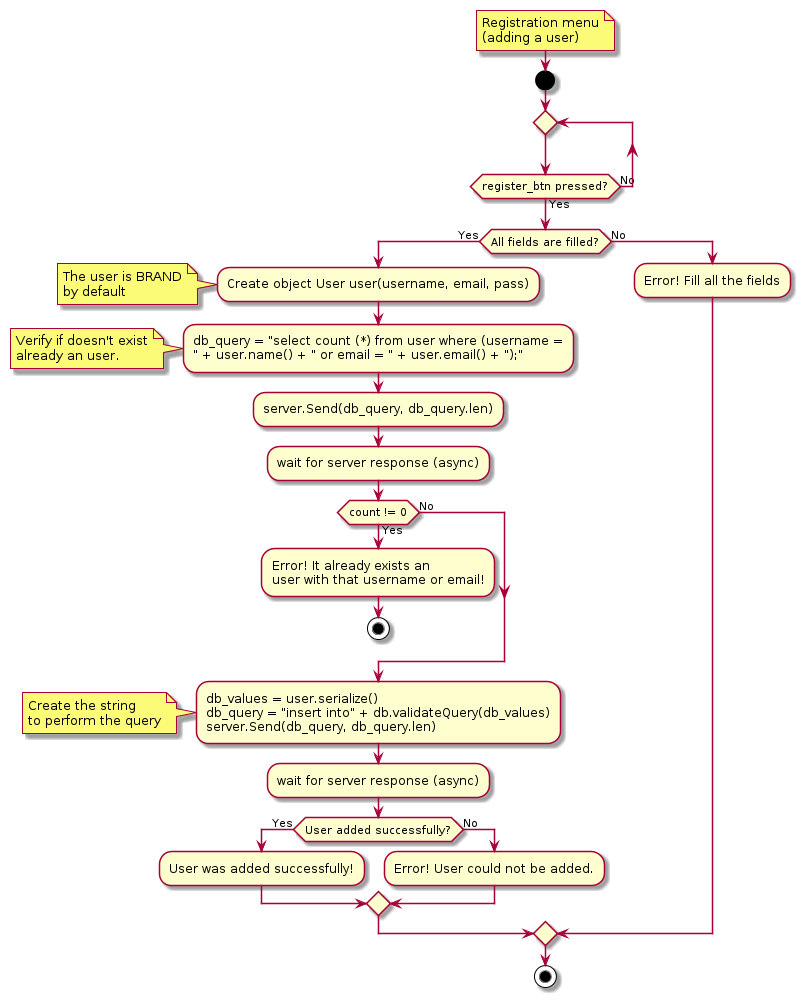
Above: Proj/diags/plantuml/flowchart/output/rc-register-user.png in ElectroQuanta/MDO (PlantUML), before the change.
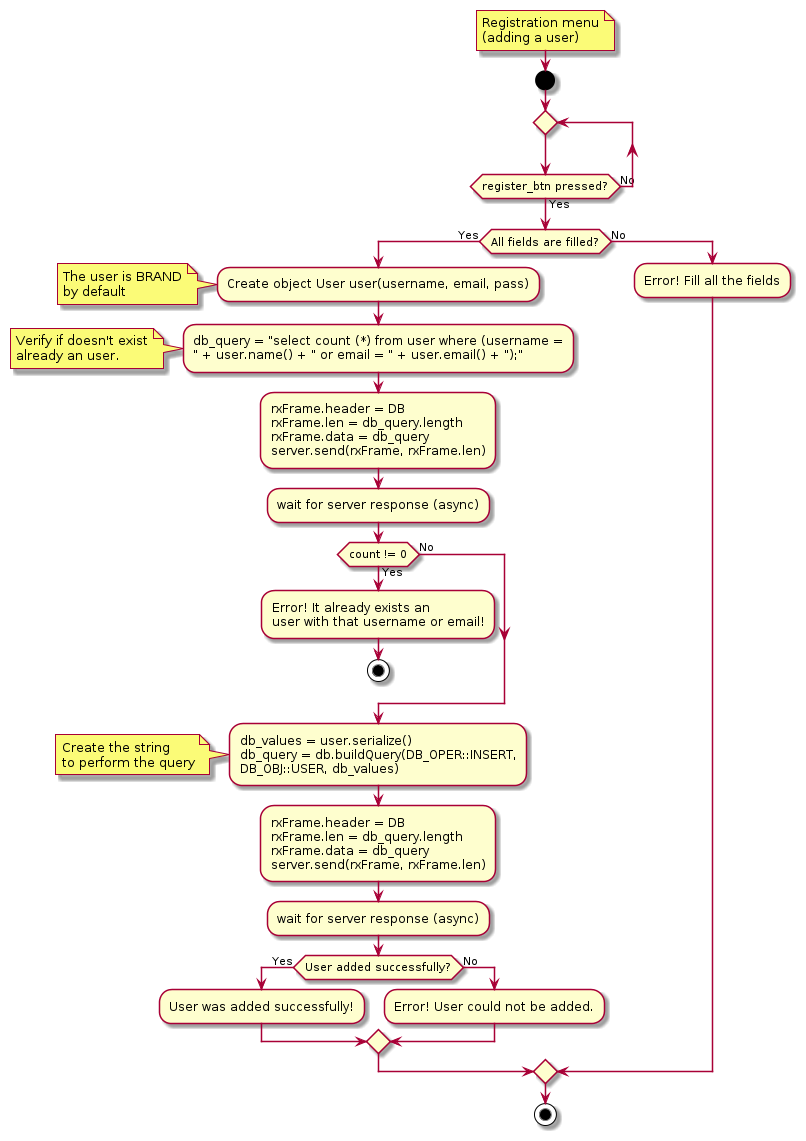
The same diagram one commit later.

What changed in the source:
```diff
@@ -23,7 +23,10 @@
         already an user.
       end note
 
-      :server.Send(db_query, db_query.len);
+      :rxFrame.header = DB
+      rxFrame.len = db_query.length
+      rxFrame.data = db_query
+      server.send(rxFrame, rxFrame.len);
 
       :wait for server response (async);
 
@@ -37,12 +40,17 @@
       endif
 
       :db_values = user.serialize()
-      db_query = "insert into" + db.validateQuery(db_values)
-      server.Send(db_query, db_query.len);
+      db_query = db.buildQuery(DB_OPER::INSERT,
+      DB_OBJ::USER, db_values);
       note left
         Create the string
         to perform the query
       end note
+
+      :rxFrame.header = DB
+      rxFrame.len = db_query.length
+      rxFrame.data = db_query
+      server.send(rxFrame, rxFrame.len);
 
       :wait for server response (async);
 
```
